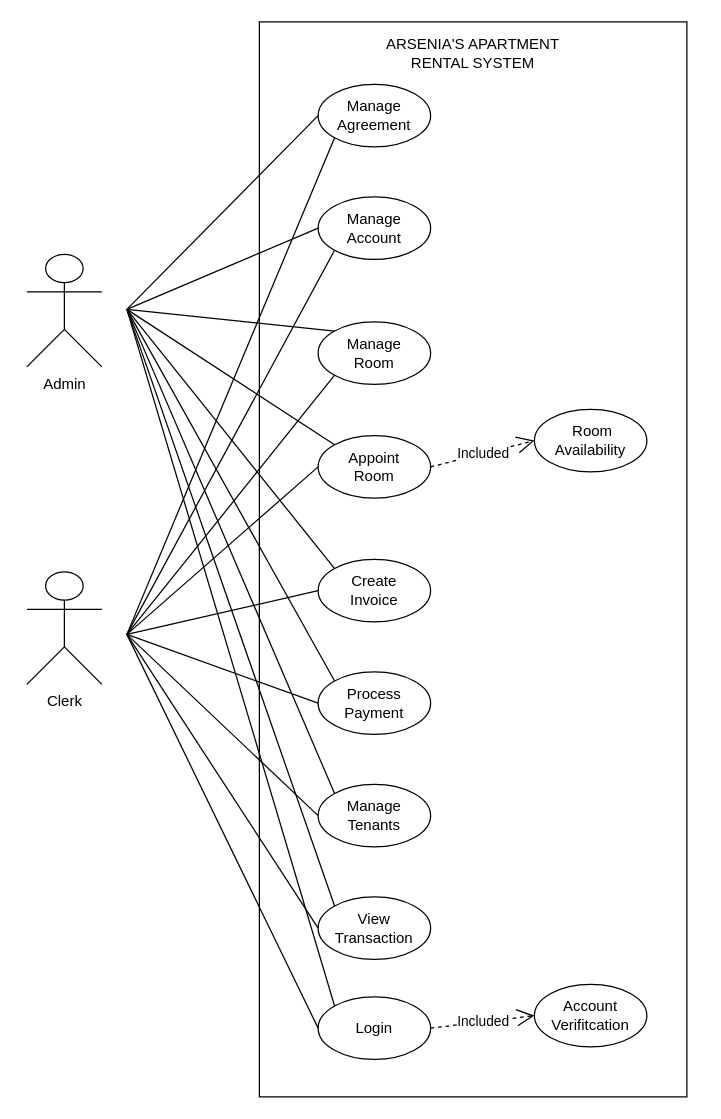
Beskiit/DIAGRAMS keeps this draw.io diagram as USE CASE.drawio. Above is the earlier version. Source tidied: cells renumbered, new cells numbered last; positions are measured from the earlier drawing's top-left corner, leaving out a move shared by most shapes. Both pictures are drawn from the tidied source at 125%, with x=0, y=0 at pixel (26, 21).
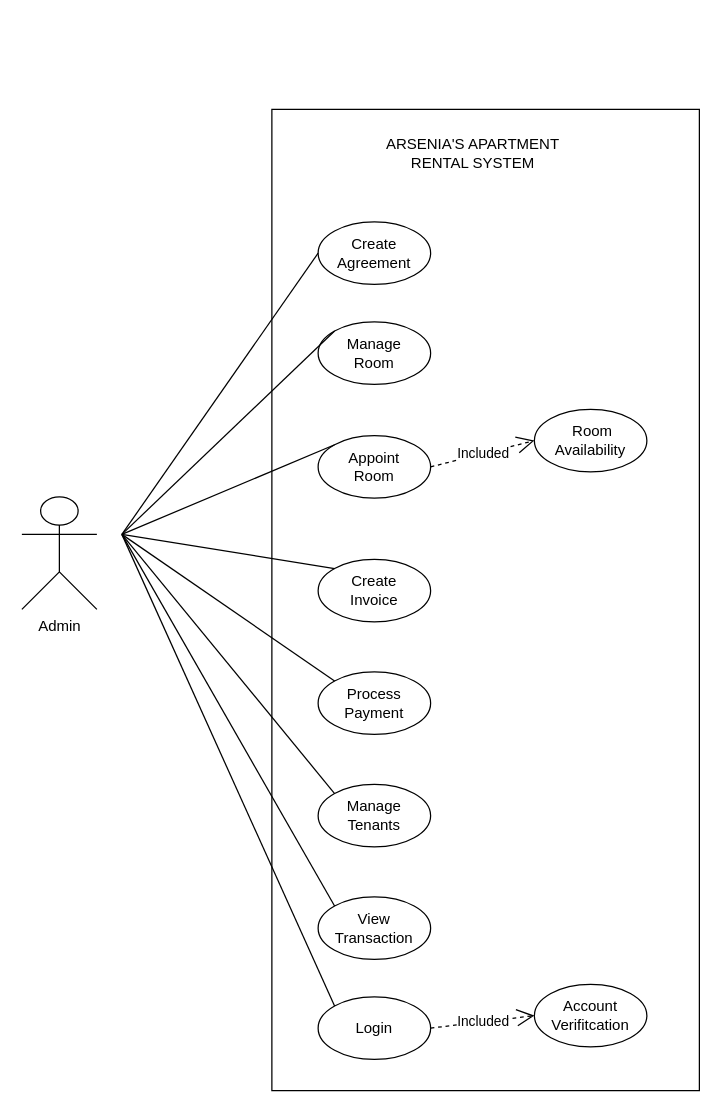
Above is the later version.

Unchanged cells that the change refers to:
```xml
<mxCell id="5" style="ellipse;whiteSpace=wrap;html=1;" parent="1" vertex="1">
  <mxGeometry x="233" y="700" width="90" height="50" as="geometry" />
</mxCell>
<mxCell id="7" style="ellipse;whiteSpace=wrap;html=1;" parent="1" vertex="1">
  <mxGeometry x="233" y="331" width="90" height="50" as="geometry" />
</mxCell>
<mxCell id="9" style="ellipse;whiteSpace=wrap;html=1;" parent="1" vertex="1">
  <mxGeometry x="233" y="430" width="90" height="50" as="geometry" />
</mxCell>
<mxCell id="11" style="ellipse;whiteSpace=wrap;html=1;" parent="1" vertex="1">
  <mxGeometry x="233" y="610" width="90" height="50" as="geometry" />
</mxCell>
<mxCell id="13" style="ellipse;whiteSpace=wrap;html=1;" parent="1" vertex="1">
  <mxGeometry x="233" y="780" width="90" height="50" as="geometry" />
</mxCell>
<mxCell id="22" style="ellipse;whiteSpace=wrap;html=1;" parent="1" vertex="1">
  <mxGeometry x="233" y="520" width="90" height="50" as="geometry" />
</mxCell>
<mxCell id="24" style="ellipse;whiteSpace=wrap;html=1;" parent="1" vertex="1">
  <mxGeometry x="233" y="240" width="90" height="50" as="geometry" />
</mxCell>
```

Diff of the diagram source:
```diff
@@
     <mxCell id="2" style="rounded=0;whiteSpace=wrap;html=1;" parent="1" vertex="1">
-      <mxGeometry x="186" width="342" height="860" as="geometry" />
+      <mxGeometry x="196" y="70" width="342" height="785" as="geometry" />
     </mxCell>
     <mxCell id="3" value="Admin" style="shape=umlActor;verticalLabelPosition=bottom;verticalAlign=top;html=1;" parent="1" vertex="1">
-      <mxGeometry y="186" width="60" height="90" as="geometry" />
+      <mxGeometry x="-4" y="380" width="60" height="90" as="geometry" />
     </mxCell>
-    <mxCell id="4" value="Clerk" style="shape=umlActor;verticalLabelPosition=bottom;verticalAlign=top;html=1;" parent="1" vertex="1">
-      <mxGeometry y="440" width="60" height="90" as="geometry" />
-    </mxCell>
@@
     <mxCell id="21" value="ARSENIA'S APARTMENT RENTAL SYSTEM" style="text;html=1;align=center;verticalAlign=middle;whiteSpace=wrap;rounded=0;" parent="1" vertex="1">
-      <mxGeometry x="262" y="10" width="190" height="30" as="geometry" />
+      <mxGeometry x="262" y="90" width="190" height="30" as="geometry" />
     </mxCell>
@@
-    <mxCell id="26" style="ellipse;whiteSpace=wrap;html=1;" parent="1" vertex="1">
-      <mxGeometry x="233" y="140" width="90" height="50" as="geometry" />
-    </mxCell>
-    <mxCell id="27" value="Manage Account" style="text;html=1;align=center;verticalAlign=middle;whiteSpace=wrap;rounded=0;" parent="1" vertex="1">
-      <mxGeometry x="248" y="150" width="60" height="30" as="geometry" />
-    </mxCell>
     <mxCell id="28" style="ellipse;whiteSpace=wrap;html=1;" parent="1" vertex="1">
-      <mxGeometry x="233" y="50" width="90" height="50" as="geometry" />
+      <mxGeometry x="233" y="160" width="90" height="50" as="geometry" />
     </mxCell>
-    <mxCell id="29" value="Manage Agreement" style="text;html=1;align=center;verticalAlign=middle;whiteSpace=wrap;rounded=0;" parent="1" vertex="1">
-      <mxGeometry x="248" y="60" width="60" height="30" as="geometry" />
+    <mxCell id="29" value="Create Agreement" style="text;html=1;align=center;verticalAlign=middle;whiteSpace=wrap;rounded=0;" parent="1" vertex="1">
+      <mxGeometry x="248" y="170" width="60" height="30" as="geometry" />
     </mxCell>
     <mxCell id="30" style="endArrow=none;html=1;rounded=0;entryX=0;entryY=0.5;entryDx=0;entryDy=0;" parent="1" edge="1" target="28">
       <mxGeometry relative="1" as="geometry">
-        <mxPoint x="80" y="230" as="sourcePoint" />
+        <mxPoint x="76" y="410" as="sourcePoint" />
       </mxGeometry>
     </mxCell>
-    <mxCell id="31" style="endArrow=none;html=1;rounded=0;entryX=0;entryY=0.5;entryDx=0;entryDy=0;" parent="1" edge="1" target="26">
-      <mxGeometry relative="1" as="geometry">
-        <mxPoint x="80" y="230" as="sourcePoint" />
-      </mxGeometry>
-    </mxCell>
     <mxCell id="32" style="endArrow=none;html=1;rounded=0;entryX=0;entryY=0;entryDx=0;entryDy=0;" parent="1" edge="1" target="24">
       <mxGeometry relative="1" as="geometry">
-        <mxPoint x="80" y="230" as="sourcePoint" />
+        <mxPoint x="76" y="410" as="sourcePoint" />
       </mxGeometry>
     </mxCell>
     <mxCell id="33" style="endArrow=none;html=1;rounded=0;entryX=0;entryY=0;entryDx=0;entryDy=0;" parent="1" edge="1" target="7">
       <mxGeometry relative="1" as="geometry">
-        <mxPoint x="80" y="230" as="sourcePoint" />
+        <mxPoint x="76" y="410" as="sourcePoint" />
       </mxGeometry>
     </mxCell>
     <mxCell id="34" style="endArrow=none;html=1;rounded=0;entryX=0;entryY=0;entryDx=0;entryDy=0;" parent="1" edge="1" target="9">
       <mxGeometry relative="1" as="geometry">
-        <mxPoint x="80" y="230" as="sourcePoint" />
+        <mxPoint x="76" y="410" as="sourcePoint" />
       </mxGeometry>
     </mxCell>
     <mxCell id="35" style="endArrow=none;html=1;rounded=0;entryX=0;entryY=0;entryDx=0;entryDy=0;" parent="1" edge="1" target="22">
       <mxGeometry relative="1" as="geometry">
-        <mxPoint x="80" y="230" as="sourcePoint" />
+        <mxPoint x="76" y="410" as="sourcePoint" />
       </mxGeometry>
     </mxCell>
     <mxCell id="36" style="endArrow=none;html=1;rounded=0;entryX=0;entryY=0;entryDx=0;entryDy=0;" parent="1" edge="1" target="11">
       <mxGeometry relative="1" as="geometry">
-        <mxPoint x="80" y="230" as="sourcePoint" />
+        <mxPoint x="76" y="410" as="sourcePoint" />
       </mxGeometry>
     </mxCell>
     <mxCell id="37" style="endArrow=none;html=1;rounded=0;entryX=0;entryY=0;entryDx=0;entryDy=0;" parent="1" edge="1" target="5">
       <mxGeometry relative="1" as="geometry">
-        <mxPoint x="80" y="230" as="sourcePoint" />
+        <mxPoint x="76" y="410" as="sourcePoint" />
       </mxGeometry>
     </mxCell>
     <mxCell id="38" style="endArrow=none;html=1;rounded=0;entryX=0;entryY=0;entryDx=0;entryDy=0;" parent="1" edge="1" target="13">
       <mxGeometry relative="1" as="geometry">
-        <mxPoint x="80" y="230" as="sourcePoint" />
+        <mxPoint x="76" y="410" as="sourcePoint" />
       </mxGeometry>
     </mxCell>
-    <mxCell id="39" style="endArrow=none;html=1;rounded=0;entryX=0;entryY=0.5;entryDx=0;entryDy=0;" parent="1" edge="1" target="13">
-      <mxGeometry relative="1" as="geometry">
-        <mxPoint x="80" y="490" as="sourcePoint" />
-      </mxGeometry>
-    </mxCell>
-    <mxCell id="40" style="endArrow=none;html=1;rounded=0;entryX=0;entryY=0.5;entryDx=0;entryDy=0;" parent="1" edge="1" target="5">
-      <mxGeometry relative="1" as="geometry">
-        <mxPoint x="80" y="490" as="sourcePoint" />
-      </mxGeometry>
-    </mxCell>
-    <mxCell id="41" style="endArrow=none;html=1;rounded=0;entryX=0;entryY=0.5;entryDx=0;entryDy=0;" parent="1" edge="1" target="11">
-      <mxGeometry relative="1" as="geometry">
-        <mxPoint x="80" y="490" as="sourcePoint" />
-      </mxGeometry>
-    </mxCell>
-    <mxCell id="42" style="endArrow=none;html=1;rounded=0;entryX=0;entryY=0.5;entryDx=0;entryDy=0;" parent="1" edge="1" target="22">
-      <mxGeometry relative="1" as="geometry">
-        <mxPoint x="80" y="490" as="sourcePoint" />
-      </mxGeometry>
-    </mxCell>
-    <mxCell id="43" style="endArrow=none;html=1;rounded=0;entryX=0;entryY=0.5;entryDx=0;entryDy=0;" parent="1" edge="1" target="9">
-      <mxGeometry relative="1" as="geometry">
-        <mxPoint x="80" y="490" as="sourcePoint" />
-      </mxGeometry>
-    </mxCell>
-    <mxCell id="44" style="endArrow=none;html=1;rounded=0;entryX=0;entryY=0.5;entryDx=0;entryDy=0;" parent="1" edge="1" target="7">
-      <mxGeometry relative="1" as="geometry">
-        <mxPoint x="80" y="490" as="sourcePoint" />
-      </mxGeometry>
-    </mxCell>
-    <mxCell id="45" style="endArrow=none;html=1;rounded=0;entryX=0;entryY=1;entryDx=0;entryDy=0;" parent="1" edge="1" target="24">
-      <mxGeometry relative="1" as="geometry">
-        <mxPoint x="80" y="490" as="sourcePoint" />
-      </mxGeometry>
-    </mxCell>
-    <mxCell id="46" style="endArrow=none;html=1;rounded=0;entryX=0;entryY=1;entryDx=0;entryDy=0;" parent="1" edge="1" target="26">
-      <mxGeometry relative="1" as="geometry">
-        <mxPoint x="80" y="490" as="sourcePoint" />
-      </mxGeometry>
-    </mxCell>
-    <mxCell id="47" style="endArrow=none;html=1;rounded=0;entryX=0;entryY=1;entryDx=0;entryDy=0;" parent="1" edge="1" target="28">
-      <mxGeometry relative="1" as="geometry">
-        <mxPoint x="80" y="490" as="sourcePoint" />
-      </mxGeometry>
-    </mxCell>
```
